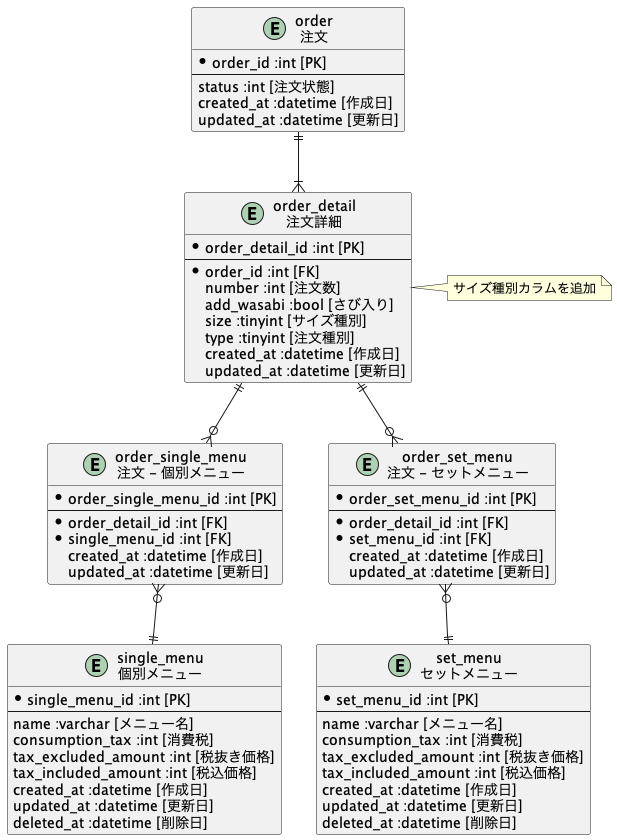
kou-tech/PrAha_Challenge keeps this PlantUML diagram as db_modeling_1/sushi2_1.png. Above is the earlier version. Source of this version:
```plantuml
@startuml

entity single_menu as "single_menu\n個別メニュー" {
  *single_menu_id :int [PK]
  --
  name :varchar [メニュー名]
  consumption_tax :int [消費税]
  tax_excluded_amount :int [税抜き価格]
  tax_included_amount :int [税込価格]
  created_at :datetime [作成日]
  updated_at :datetime [更新日]
  deleted_at :datetime [削除日]
}

entity order_single_menu as "order_single_menu\n注文 - 個別メニュー" {
  *order_single_menu_id :int [PK]
  --
  *order_detail_id :int [FK]
  *single_menu_id :int [FK]
  created_at :datetime [作成日]
  updated_at :datetime [更新日]
}

entity set_menu as "set_menu\nセットメニュー" {
  *set_menu_id :int [PK]
  --
  name :varchar [メニュー名]
  consumption_tax :int [消費税]
  tax_excluded_amount :int [税抜き価格]
  tax_included_amount :int [税込価格]
  created_at :datetime [作成日]
  updated_at :datetime [更新日]
  deleted_at :datetime [削除日]
}

entity order_set_menu as "order_set_menu\n注文 - セットメニュー" {
  *order_set_menu_id :int [PK]
  --
  *order_detail_id :int [FK]
  *set_menu_id :int [FK]
  created_at :datetime [作成日]
  updated_at :datetime [更新日]
}

entity order as "order\n注文" {
  *order_id :int [PK]
  --
  status :int [注文状態]
  created_at :datetime [作成日]
  updated_at :datetime [更新日]
}

entity order_detail as "order_detail\n注文詳細" {
  *order_detail_id :int [PK]
  --
  *order_id :int [FK]
  number :int [注文数]
  add_wasabi :bool [さび入り]
  size :tinyint [サイズ種別]
  type :tinyint [注文種別]
  created_at :datetime [作成日]
  updated_at :datetime [更新日]
}

note right: サイズ種別カラムを追加

order ||-d-|{ order_detail
order_detail ||--o{ order_single_menu
order_detail ||--o{ order_set_menu
order_single_menu }o--|| single_menu
order_set_menu }o--|| set_menu

@enduml
```
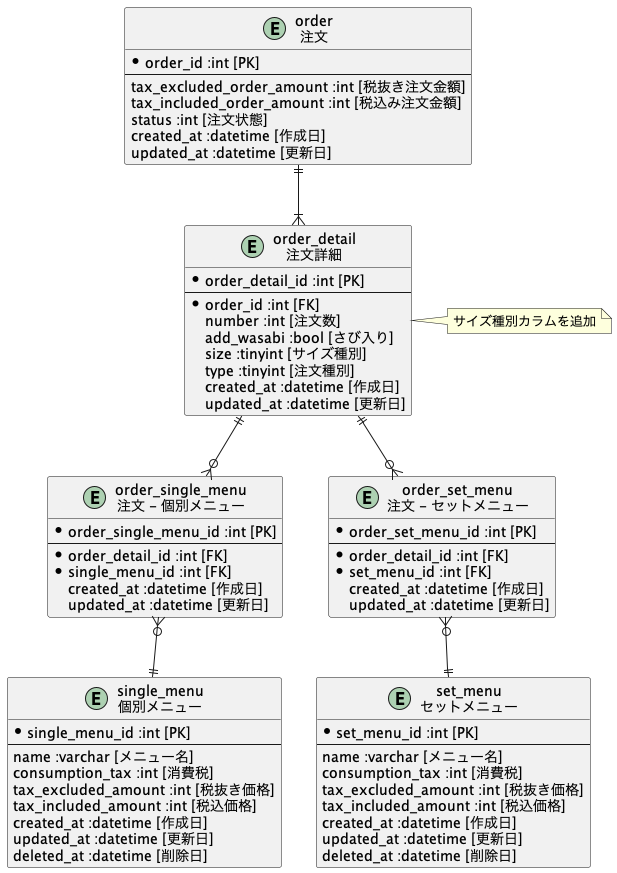
Above is the later version.

Diff of the diagram source:
```diff
@@ -45,6 +45,8 @@
 entity order as "order\n注文" {
   *order_id :int [PK]
   --
+  tax_excluded_order_amount :int [税抜き注文金額]
+  tax_included_order_amount :int [税込み注文金額]
   status :int [注文状態]
   created_at :datetime [作成日]
   updated_at :datetime [更新日]
```
